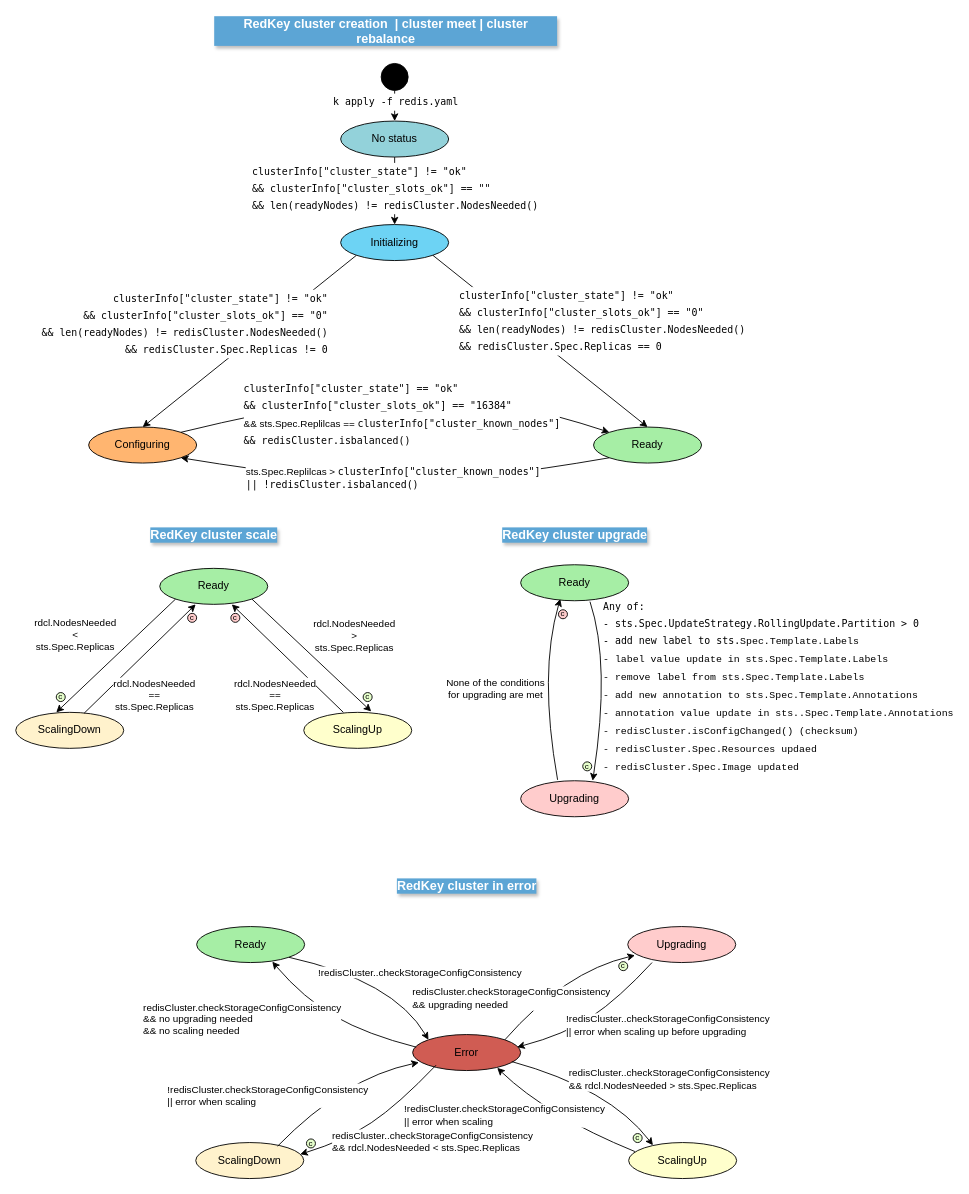
Earlier version of the draw.io diagram docs/files/redis-cluster-status-transitions.drawio (InditexTech/redkeyoperator). Source tidied: cells renumbered, new cells numbered last; positions are measured from the earlier drawing's top-left corner, leaving out a move shared by most shapes. Both pictures are drawn from the tidied source at 90%, with x=0, y=0 at pixel (15, 17).
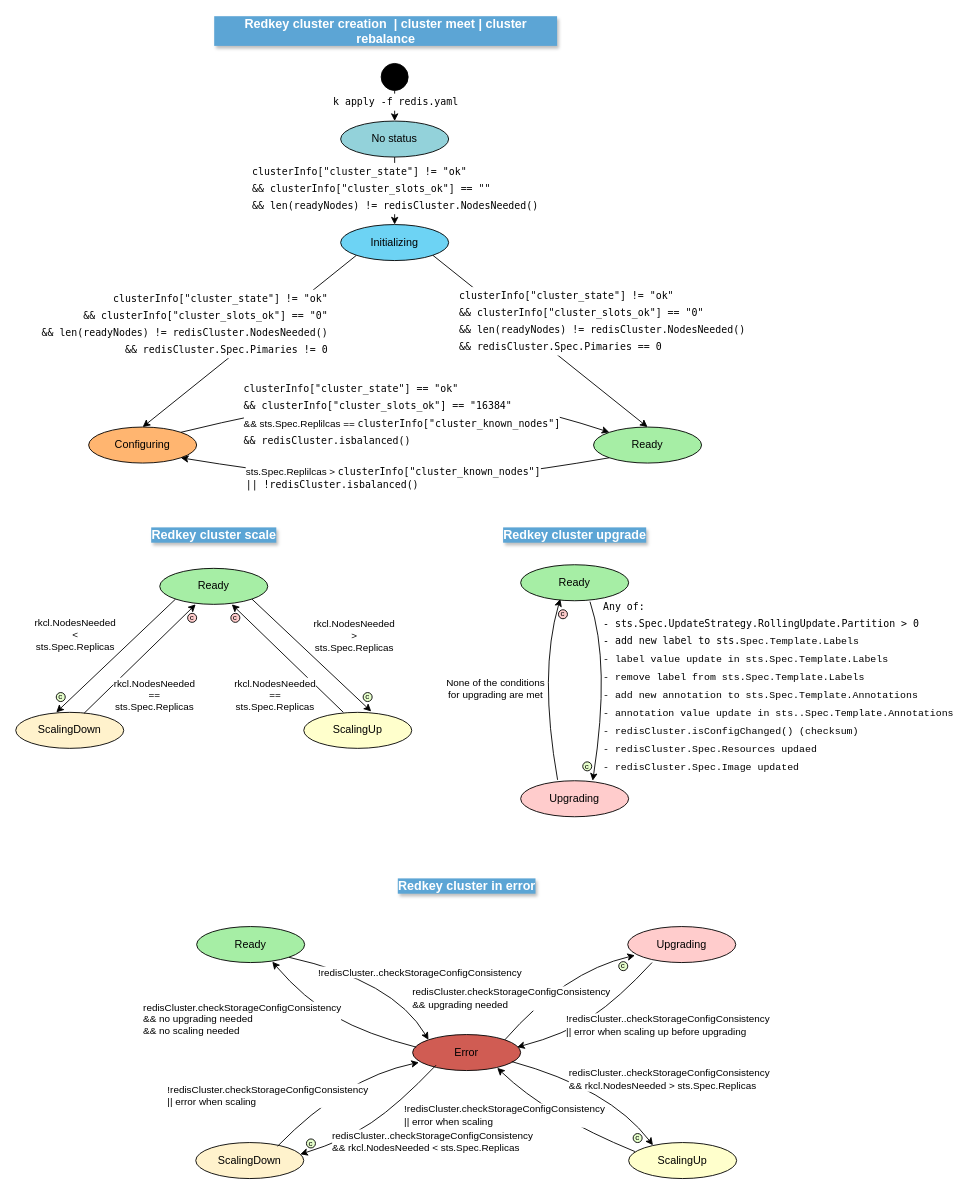
Above is the later version.

The change refers to these unchanged cells:
```xml
<mxCell id="11" style="endArrow=classic;html=1;rounded=0;exitX=0;exitY=1;exitDx=0;exitDy=0;entryX=0.5;entryY=0;entryDx=0;entryDy=0;" parent="1" edge="1" source="6" target="9">
  <mxGeometry relative="1" as="geometry" />
</mxCell>
<mxCell id="13" style="endArrow=classic;html=1;rounded=0;entryX=0.5;entryY=0;entryDx=0;entryDy=0;exitX=1;exitY=1;exitDx=0;exitDy=0;" parent="1" edge="1" source="6" target="10">
  <mxGeometry relative="1" as="geometry" />
</mxCell>
<mxCell id="24" style="endArrow=classic;html=1;rounded=0;exitX=0;exitY=1;exitDx=0;exitDy=0;entryX=0.375;entryY=0;entryDx=0;entryDy=0;entryPerimeter=0;" parent="1" edge="1" source="22" target="19">
  <mxGeometry relative="1" as="geometry" />
</mxCell>
<mxCell id="26" style="endArrow=classic;html=1;rounded=0;entryX=0.333;entryY=1;entryDx=0;entryDy=0;entryPerimeter=0;exitX=0.633;exitY=0.025;exitDx=0;exitDy=0;exitPerimeter=0;" parent="1" edge="1" source="19" target="22">
  <mxGeometry relative="1" as="geometry" />
</mxCell>
<mxCell id="28" style="endArrow=classic;html=1;rounded=0;exitX=0.367;exitY=0;exitDx=0;exitDy=0;exitPerimeter=0;entryX=0.667;entryY=1;entryDx=0;entryDy=0;entryPerimeter=0;" parent="1" edge="1" source="20" target="22">
  <mxGeometry relative="1" as="geometry" />
</mxCell>
<mxCell id="30" style="endArrow=classic;html=1;rounded=0;entryX=0.625;entryY=-0.025;entryDx=0;entryDy=0;exitX=1;exitY=1;exitDx=0;exitDy=0;entryPerimeter=0;" parent="1" edge="1" source="22" target="20">
  <mxGeometry relative="1" as="geometry" />
</mxCell>
<mxCell id="51" style="curved=1;endArrow=classic;html=1;rounded=0;exitX=0.917;exitY=0.75;exitDx=0;exitDy=0;entryX=0.225;entryY=0.075;entryDx=0;entryDy=0;exitPerimeter=0;entryPerimeter=0;" parent="1" edge="1" source="42" target="44">
  <mxGeometry relative="1" as="geometry">
    <Array as="points">
      <mxPoint x="660" y="1190" />
    </Array>
  </mxGeometry>
</mxCell>
<mxCell id="62" style="curved=1;endArrow=classic;html=1;rounded=0;entryX=0.967;entryY=0.325;entryDx=0;entryDy=0;entryPerimeter=0;exitX=0.217;exitY=0.85;exitDx=0;exitDy=0;exitPerimeter=0;" parent="1" edge="1" source="42" target="43">
  <mxGeometry relative="1" as="geometry">
    <Array as="points">
      <mxPoint x="425" y="1208" />
      <mxPoint x="365" y="1248" />
    </Array>
  </mxGeometry>
</mxCell>
```

The edit, as a diff of the source:
```diff
@@
-    <mxCell id="12" value="&lt;div style=&quot;white-space-collapse: preserve; font-family: &amp;quot;Droid Sans Mono&amp;quot;, &amp;quot;monospace&amp;quot;, monospace; line-height: 19px;&quot;&gt;clusterInfo[&quot;cluster_state&quot;] != &quot;ok&quot;&lt;/div&gt;&lt;div style=&quot;white-space-collapse: preserve; font-family: &amp;quot;Droid Sans Mono&amp;quot;, &amp;quot;monospace&amp;quot;, monospace; line-height: 19px;&quot;&gt;&lt;div style=&quot;line-height: 19px;&quot;&gt;&amp;amp;&amp;amp; clusterInfo[&quot;cluster_slots_ok&quot;] == &quot;0&quot;&lt;/div&gt;&lt;div style=&quot;line-height: 19px;&quot;&gt;&lt;div style=&quot;line-height: 19px;&quot;&gt;&amp;amp;&amp;amp; len(readyNodes) != redisCluster.NodesNeeded()&lt;/div&gt;&lt;div style=&quot;line-height: 19px;&quot;&gt;&amp;amp;&amp;amp; redisCluster.Spec.Replicas != 0&lt;/div&gt;&lt;/div&gt;&lt;/div&gt;" style="edgeLabel;html=1;align=right;verticalAlign=middle;labelBackgroundColor=default;" parent="11" vertex="1">
+    <mxCell id="12" value="&lt;div style=&quot;white-space-collapse: preserve; font-family: &amp;quot;Droid Sans Mono&amp;quot;, &amp;quot;monospace&amp;quot;, monospace; line-height: 19px;&quot;&gt;clusterInfo[&quot;cluster_state&quot;] != &quot;ok&quot;&lt;/div&gt;&lt;div style=&quot;white-space-collapse: preserve; font-family: &amp;quot;Droid Sans Mono&amp;quot;, &amp;quot;monospace&amp;quot;, monospace; line-height: 19px;&quot;&gt;&lt;div style=&quot;line-height: 19px;&quot;&gt;&amp;amp;&amp;amp; clusterInfo[&quot;cluster_slots_ok&quot;] == &quot;0&quot;&lt;/div&gt;&lt;div style=&quot;line-height: 19px;&quot;&gt;&lt;div style=&quot;line-height: 19px;&quot;&gt;&amp;amp;&amp;amp; len(readyNodes) != redisCluster.NodesNeeded()&lt;/div&gt;&lt;div style=&quot;line-height: 19px;&quot;&gt;&amp;amp;&amp;amp; redisCluster.Spec.Pimaries != 0&lt;/div&gt;&lt;/div&gt;&lt;/div&gt;" style="edgeLabel;html=1;align=right;verticalAlign=middle;labelBackgroundColor=default;" parent="11" vertex="1">
       <mxGeometry x="-0.14" y="-3" relative="1" as="geometry">
         <mxPoint x="72" y="-4" as="offset" />
       </mxGeometry>
     </mxCell>
@@
-    <mxCell id="14" value="&lt;div style=&quot;white-space-collapse: preserve; font-family: &amp;quot;Droid Sans Mono&amp;quot;, &amp;quot;monospace&amp;quot;, monospace; line-height: 19px;&quot;&gt;clusterInfo[&quot;cluster_state&quot;] != &quot;ok&quot;&lt;/div&gt;&lt;div style=&quot;white-space-collapse: preserve; font-family: &amp;quot;Droid Sans Mono&amp;quot;, &amp;quot;monospace&amp;quot;, monospace; line-height: 19px;&quot;&gt;&lt;div style=&quot;line-height: 19px;&quot;&gt;&amp;amp;&amp;amp; clusterInfo[&quot;cluster_slots_ok&quot;] == &quot;0&quot;&lt;/div&gt;&lt;div style=&quot;line-height: 19px;&quot;&gt;&lt;div style=&quot;line-height: 19px;&quot;&gt;&amp;amp;&amp;amp; len(readyNodes) != redisCluster.NodesNeeded()&lt;/div&gt;&lt;div style=&quot;line-height: 19px;&quot;&gt;&amp;amp;&amp;amp; redisCluster.Spec.Replicas == 0&lt;/div&gt;&lt;/div&gt;&lt;/div&gt;" style="edgeLabel;html=1;align=left;verticalAlign=middle;labelBackgroundColor=default;" parent="13" vertex="1">
+    <mxCell id="14" value="&lt;div style=&quot;white-space-collapse: preserve; font-family: &amp;quot;Droid Sans Mono&amp;quot;, &amp;quot;monospace&amp;quot;, monospace; line-height: 19px;&quot;&gt;clusterInfo[&quot;cluster_state&quot;] != &quot;ok&quot;&lt;/div&gt;&lt;div style=&quot;white-space-collapse: preserve; font-family: &amp;quot;Droid Sans Mono&amp;quot;, &amp;quot;monospace&amp;quot;, monospace; line-height: 19px;&quot;&gt;&lt;div style=&quot;line-height: 19px;&quot;&gt;&amp;amp;&amp;amp; clusterInfo[&quot;cluster_slots_ok&quot;] == &quot;0&quot;&lt;/div&gt;&lt;div style=&quot;line-height: 19px;&quot;&gt;&lt;div style=&quot;line-height: 19px;&quot;&gt;&amp;amp;&amp;amp; len(readyNodes) != redisCluster.NodesNeeded()&lt;/div&gt;&lt;div style=&quot;line-height: 19px;&quot;&gt;&amp;amp;&amp;amp; redisCluster.Spec.Pimaries == 0&lt;/div&gt;&lt;/div&gt;&lt;/div&gt;" style="edgeLabel;html=1;align=left;verticalAlign=middle;labelBackgroundColor=default;" parent="13" vertex="1">
       <mxGeometry x="-0.21" y="-1" relative="1" as="geometry">
         <mxPoint x="-66" y="-4" as="offset" />
       </mxGeometry>
     </mxCell>
@@
-    <mxCell id="25" value="rdcl.NodesNeeded&lt;div&gt;&amp;lt;&lt;/div&gt;&lt;div&gt;sts.Spec.Replicas&lt;/div&gt;" style="edgeLabel;html=1;align=center;verticalAlign=middle;" parent="24" vertex="1">
+    <mxCell id="25" value="rkcl.NodesNeeded&lt;div&gt;&amp;lt;&lt;/div&gt;&lt;div&gt;sts.Spec.Replicas&lt;/div&gt;" style="edgeLabel;html=1;align=center;verticalAlign=middle;" parent="24" vertex="1">
       <mxGeometry x="-0.15" y="1" relative="1" as="geometry">
         <mxPoint x="-56" y="-15" as="offset" />
       </mxGeometry>
     </mxCell>
@@
-    <mxCell id="27" value="rdcl.NodesNeeded&lt;div&gt;==&lt;/div&gt;&lt;div&gt;sts.Spec.Replicas&lt;/div&gt;" style="edgeLabel;html=1;align=center;verticalAlign=middle;" parent="26" vertex="1">
+    <mxCell id="27" value="rkcl.NodesNeeded&lt;div&gt;==&lt;/div&gt;&lt;div&gt;sts.Spec.Replicas&lt;/div&gt;" style="edgeLabel;html=1;align=center;verticalAlign=middle;" parent="26" vertex="1">
       <mxGeometry x="0.07" y="-3" relative="1" as="geometry">
         <mxPoint x="9" y="42" as="offset" />
       </mxGeometry>
     </mxCell>
@@
-    <mxCell id="29" value="rdcl.NodesNeeded&lt;div&gt;==&lt;/div&gt;&lt;div&gt;sts.Spec.Replicas&lt;/div&gt;" style="edgeLabel;html=1;align=center;verticalAlign=middle;" parent="28" vertex="1">
+    <mxCell id="29" value="rkcl.NodesNeeded&lt;div&gt;==&lt;/div&gt;&lt;div&gt;sts.Spec.Replicas&lt;/div&gt;" style="edgeLabel;html=1;align=center;verticalAlign=middle;" parent="28" vertex="1">
       <mxGeometry x="-0.17" y="-1" relative="1" as="geometry">
         <mxPoint x="-25" y="31" as="offset" />
       </mxGeometry>
     </mxCell>
@@
-    <mxCell id="31" value="rdcl.NodesNeeded&lt;div&gt;&amp;gt;&lt;/div&gt;&lt;div&gt;sts.Spec.Replicas&lt;/div&gt;" style="edgeLabel;html=1;align=center;verticalAlign=middle;" parent="30" vertex="1">
+    <mxCell id="31" value="rkcl.NodesNeeded&lt;div&gt;&amp;gt;&lt;/div&gt;&lt;div&gt;sts.Spec.Replicas&lt;/div&gt;" style="edgeLabel;html=1;align=center;verticalAlign=middle;" parent="30" vertex="1">
       <mxGeometry x="0.06" y="1" relative="1" as="geometry">
         <mxPoint x="42" y="-25" as="offset" />
       </mxGeometry>
     </mxCell>
@@
-    <mxCell id="52" value="redisCluster..checkStorageConfigConsistency&lt;div&gt;&amp;amp;&amp;amp; rdcl.NodesNeeded &amp;gt; sts.Spec.Replicas&lt;/div&gt;" style="edgeLabel;html=1;align=left;verticalAlign=middle;" parent="51" vertex="1">
+    <mxCell id="52" value="redisCluster..checkStorageConfigConsistency&lt;div&gt;&amp;amp;&amp;amp; rkcl.NodesNeeded &amp;gt; sts.Spec.Replicas&lt;/div&gt;" style="edgeLabel;html=1;align=left;verticalAlign=middle;" parent="51" vertex="1">
       <mxGeometry x="-0.09" y="-10" relative="1" as="geometry">
         <mxPoint x="-19" y="-13" as="offset" />
       </mxGeometry>
     </mxCell>
@@
-    <mxCell id="63" value="&lt;span style=&quot;text-align: left;&quot;&gt;redisCluster..checkStorageConfigConsistency&lt;/span&gt;&lt;div style=&quot;text-align: left;&quot;&gt;&amp;amp;&amp;amp; rdcl.NodesNeeded &amp;lt; sts.Spec.Replicas&lt;/div&gt;" style="edgeLabel;html=1;align=center;verticalAlign=middle;" parent="62" vertex="1">
+    <mxCell id="63" value="&lt;span style=&quot;text-align: left;&quot;&gt;redisCluster..checkStorageConfigConsistency&lt;/span&gt;&lt;div style=&quot;text-align: left;&quot;&gt;&amp;amp;&amp;amp; rkcl.NodesNeeded &amp;lt; sts.Spec.Replicas&lt;/div&gt;" style="edgeLabel;html=1;align=center;verticalAlign=middle;" parent="62" vertex="1">
       <mxGeometry x="0.21" relative="1" as="geometry">
         <mxPoint x="79" y="13" as="offset" />
       </mxGeometry>
     </mxCell>
@@
-    <mxCell id="67" value="RedKey cluster creation&amp;nbsp; | cluster meet | cluster rebalance" style="text;html=1;align=center;verticalAlign=middle;whiteSpace=wrap;rounded=0;fontStyle=1;labelBackgroundColor=#5CA5D5;fontColor=#FFFFFF;fontSize=14;spacingTop=0;spacing=2;textShadow=1;" parent="1" vertex="1">
+    <mxCell id="67" value="Redkey cluster creation&amp;nbsp; | cluster meet | cluster rebalance" style="text;html=1;align=center;verticalAlign=middle;whiteSpace=wrap;rounded=0;fontStyle=1;labelBackgroundColor=#5CA5D5;fontColor=#FFFFFF;fontSize=14;spacingTop=0;spacing=2;textShadow=1;" parent="1" vertex="1">
       <mxGeometry x="220" width="383" height="30" as="geometry" />
     </mxCell>
-    <mxCell id="68" value="RedKey cluster scale" style="text;html=1;align=center;verticalAlign=middle;whiteSpace=wrap;rounded=0;fontStyle=1;labelBackgroundColor=#5CA5D5;fontColor=#FFFFFF;fontSize=14;spacingTop=0;spacing=2;textShadow=1;" parent="1" vertex="1">
+    <mxCell id="68" value="Redkey cluster scale" style="text;html=1;align=center;verticalAlign=middle;whiteSpace=wrap;rounded=0;fontStyle=1;labelBackgroundColor=#5CA5D5;fontColor=#FFFFFF;fontSize=14;spacingTop=0;spacing=2;textShadow=1;" parent="1" vertex="1">
       <mxGeometry x="28.5" y="560" width="383" height="30" as="geometry" />
     </mxCell>
-    <mxCell id="69" value="RedKey cluster upgrade" style="text;html=1;align=center;verticalAlign=middle;whiteSpace=wrap;rounded=0;fontStyle=1;labelBackgroundColor=#5CA5D5;fontColor=#FFFFFF;fontSize=14;spacingTop=0;spacing=2;textShadow=1;" parent="1" vertex="1">
+    <mxCell id="69" value="Redkey cluster upgrade" style="text;html=1;align=center;verticalAlign=middle;whiteSpace=wrap;rounded=0;fontStyle=1;labelBackgroundColor=#5CA5D5;fontColor=#FFFFFF;fontSize=14;spacingTop=0;spacing=2;textShadow=1;" parent="1" vertex="1">
       <mxGeometry x="429.5" y="560" width="383" height="30" as="geometry" />
     </mxCell>
-    <mxCell id="70" value="RedKey cluster in error" style="text;html=1;align=center;verticalAlign=middle;whiteSpace=wrap;rounded=0;fontStyle=1;labelBackgroundColor=#5CA5D5;fontColor=#FFFFFF;fontSize=14;spacingTop=0;spacing=2;textShadow=1;" parent="1" vertex="1">
+    <mxCell id="70" value="Redkey cluster in error" style="text;html=1;align=center;verticalAlign=middle;whiteSpace=wrap;rounded=0;fontStyle=1;labelBackgroundColor=#5CA5D5;fontColor=#FFFFFF;fontSize=14;spacingTop=0;spacing=2;textShadow=1;" parent="1" vertex="1">
       <mxGeometry x="309.5" y="950" width="383" height="30" as="geometry" />
     </mxCell>
```
